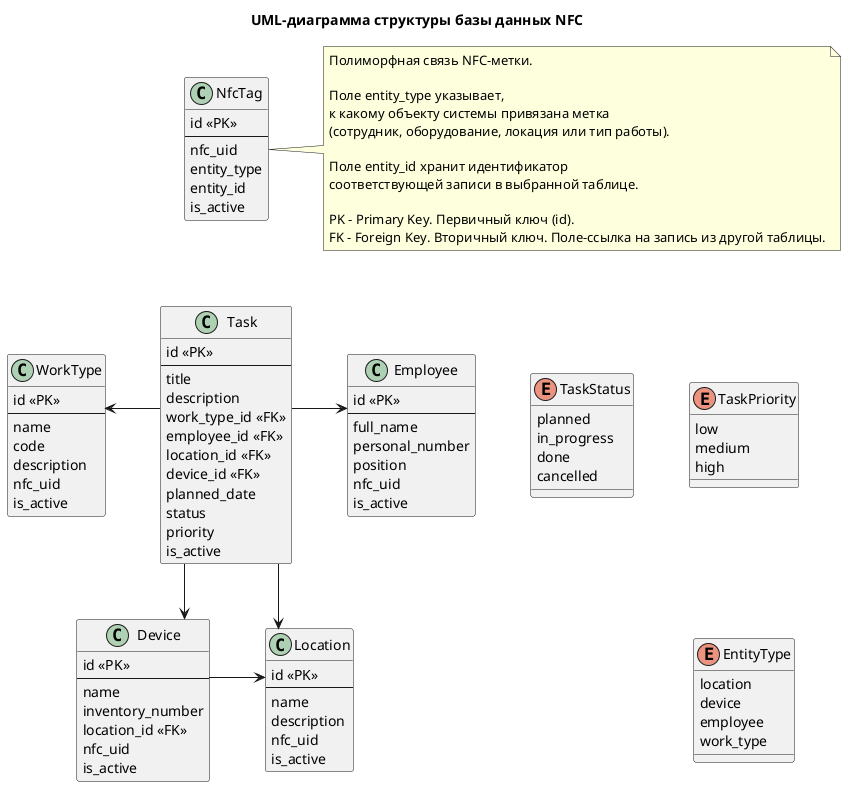
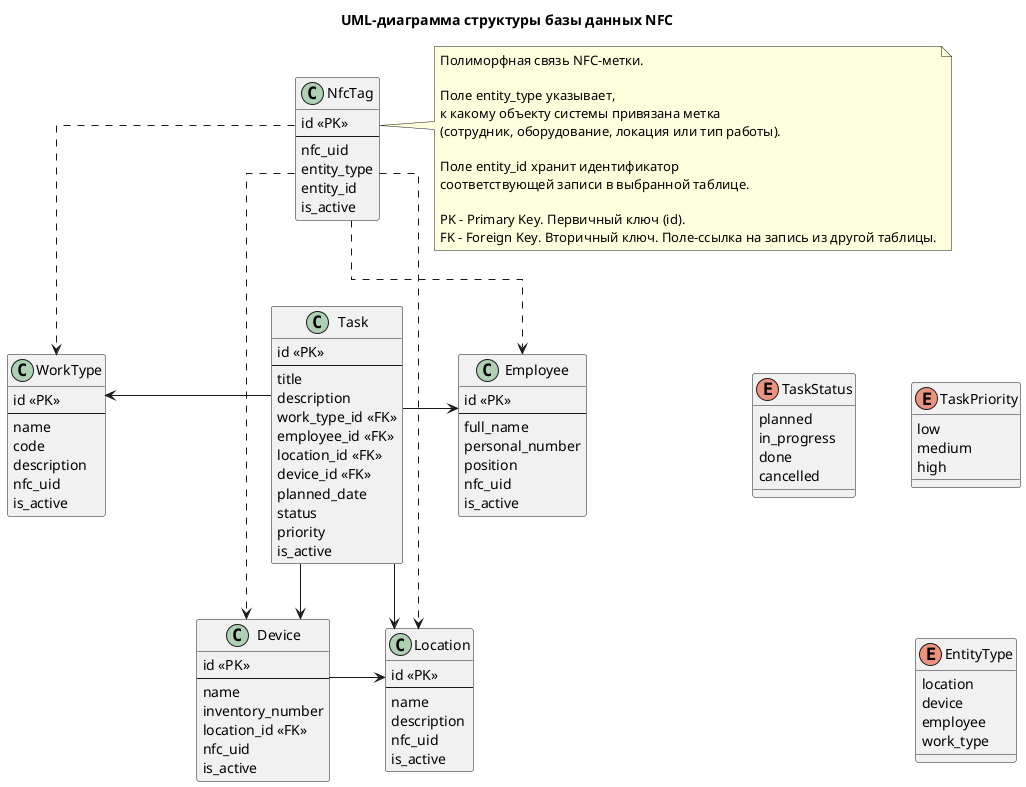
@startuml
title UML-диаграмма структуры базы данных NFC

top to bottom direction

skinparam classAttributeIconSize 0
skinparam linetype ortho
skinparam nodesep 55
skinparam ranksep 55

class NfcTag {
    id <<PK>>
    --
    nfc_uid
    entity_type
    entity_id
    is_active
}

class WorkType {
    id <<PK>>
    --
    name
    code
    description
    nfc_uid
    is_active
}

class Employee {
    id <<PK>>
    --
    full_name
    personal_number
    position
    nfc_uid
    is_active
}

class Task {
    id <<PK>>
    --
    title
    description
    work_type_id <<FK>>
    employee_id <<FK>>
    location_id <<FK>>
    device_id <<FK>>
    planned_date
    status
    priority
    is_active
}

class Device {
    id <<PK>>
    --
    name
    inventory_number
    location_id <<FK>>
    nfc_uid
    is_active
}

class Location {
    id <<PK>>
    --
    name
    description
    nfc_uid
    is_active
}

enum TaskStatus {
    planned
    in_progress
    done
    cancelled
}

enum TaskPriority {
    low
    medium
    high
}

enum EntityType {
    location
    device
    employee
    work_type
}

Task -left-> WorkType
Task -right-> Employee
Task -down-> Device
Task -down-> Location

+ NfcTag ..> WorkType
+ NfcTag ..> Employee
+ NfcTag ..> Device
+ NfcTag ..> Location
+ 
Device -right-> Location

note right of NfcTag
  Полиморфная связь NFC-метки.

  Поле entity_type указывает,
  к какому объекту системы привязана метка
  (сотрудник, оборудование, локация или тип работы).

  Поле entity_id хранит идентификатор
  соответствующей записи в выбранной таблице.

  PK - Primary Key. Первичный ключ (id).
  FK - Foreign Key. Вторичный ключ. Поле-ссылка на запись из другой таблицы.
end note

WorkType -[hidden]right-> Task
Task -[hidden]right-> Employee

Device -[hidden]right-> Location

NfcTag -[hidden]down-> Task
WorkType -[hidden]down-> Device
Employee -[hidden]down-> Location

TaskStatus -[hidden]right-> TaskPriority
TaskPriority -[hidden]down-> EntityType

Employee -[hidden]right-> TaskStatus

@enduml